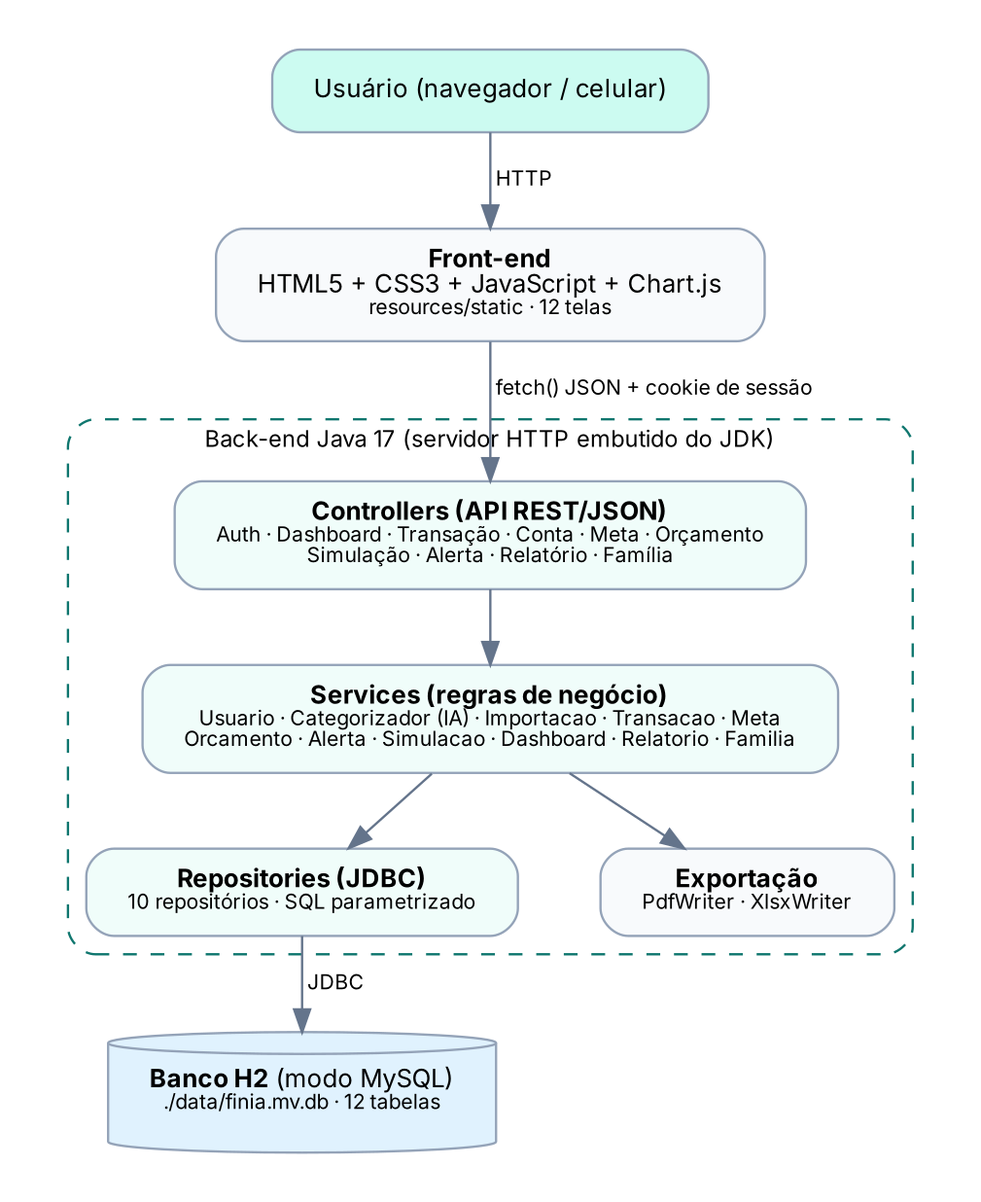
Earlier version of the Graphviz export docs/arquitetura.png (gabrielleonidass/FinIA). Its source is kept beside it as docs/arquitetura.dot. Its diagram source:
```dot
digraph A {
  graph [rankdir=TB, fontname="Inter", nodesep=0.5, ranksep=0.45, pad=0.3];
  node [shape=box, style="rounded,filled", fontname="Inter", fontsize=11, color="#94a3b8", fillcolor="#f8fafc", margin="0.25,0.12"];
  edge [color="#64748b", fontname="Inter", fontsize=9];
  user [label="Usuário (navegador / celular)", fillcolor="#ccfbf1"];
  front [label=<<b>Front-end</b><br/>HTML5 + CSS3 + JavaScript + Chart.js<br/><font point-size="9">resources/static · 12 telas</font>>];
  ctrl [label=<<b>Controllers (API REST/JSON)</b><br/><font point-size="9">Auth · Dashboard · Transação · Conta · Meta · Orçamento<br/>Simulação · Alerta · Relatório · Família</font>>, fillcolor="#f0fdfa"];
  srv [label=<<b>Services (regras de negócio)</b><br/><font point-size="9">Usuario · Categorizador (IA) · Importacao · Transacao · Meta<br/>Orcamento · Alerta · Simulacao · Dashboard · Relatorio · Familia</font>>, fillcolor="#f0fdfa"];
  repo [label=<<b>Repositories (JDBC)</b><br/><font point-size="9">10 repositórios · SQL parametrizado</font>>, fillcolor="#f0fdfa"];
  db [label=<<b>Banco H2</b> (modo MySQL)<br/><font point-size="9">./data/finia.mv.db · 12 tabelas</font>>, shape=cylinder, fillcolor="#e0f2fe"];
  exp [label=<<b>Exportação</b><br/><font point-size="9">PdfWriter · XlsxWriter</font>>];
  user -> front [label=" HTTP"];
  front -> ctrl [label=" fetch() JSON + cookie de sessão"];
  ctrl -> srv; srv -> repo; repo -> db [label=" JDBC"]; srv -> exp;
  subgraph cluster_back { label="Back-end Java 17 (servidor HTTP embutido do JDK)"; fontname="Inter"; fontsize=10; style="rounded,dashed"; color="#0f766e"; ctrl; srv; repo; exp; }
}
```
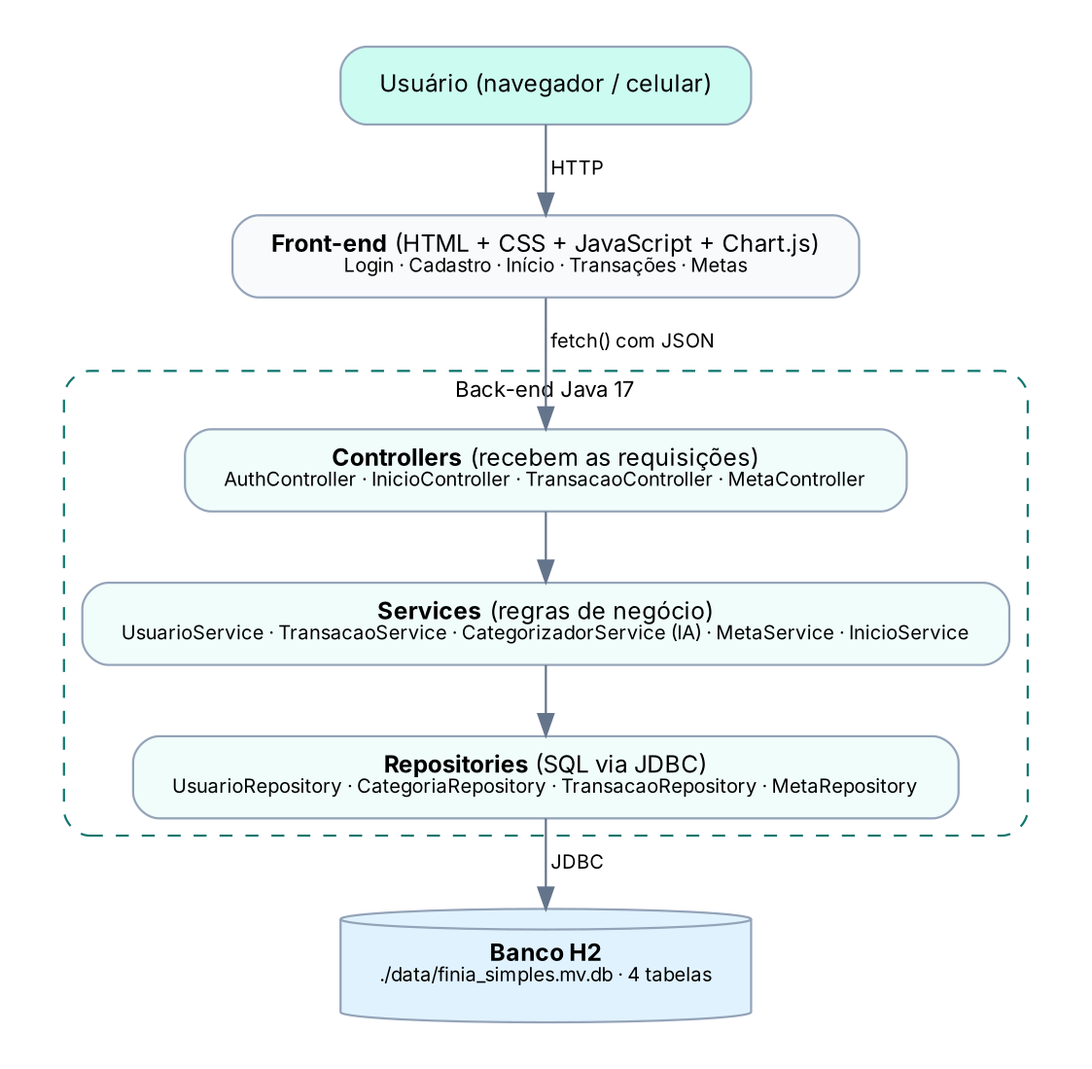
The same file after the commit.

Diff of the diagram source:
```diff
@@ -3,14 +3,13 @@
   node [shape=box, style="rounded,filled", fontname="Inter", fontsize=11, color="#94a3b8", fillcolor="#f8fafc", margin="0.25,0.12"];
   edge [color="#64748b", fontname="Inter", fontsize=9];
   user [label="Usuário (navegador / celular)", fillcolor="#ccfbf1"];
-  front [label=<<b>Front-end</b><br/>HTML5 + CSS3 + JavaScript + Chart.js<br/><font point-size="9">resources/static · 12 telas</font>>];
-  ctrl [label=<<b>Controllers (API REST/JSON)</b><br/><font point-size="9">Auth · Dashboard · Transação · Conta · Meta · Orçamento<br/>Simulação · Alerta · Relatório · Família</font>>, fillcolor="#f0fdfa"];
-  srv [label=<<b>Services (regras de negócio)</b><br/><font point-size="9">Usuario · Categorizador (IA) · Importacao · Transacao · Meta<br/>Orcamento · Alerta · Simulacao · Dashboard · Relatorio · Familia</font>>, fillcolor="#f0fdfa"];
-  repo [label=<<b>Repositories (JDBC)</b><br/><font point-size="9">10 repositórios · SQL parametrizado</font>>, fillcolor="#f0fdfa"];
-  db [label=<<b>Banco H2</b> (modo MySQL)<br/><font point-size="9">./data/finia.mv.db · 12 tabelas</font>>, shape=cylinder, fillcolor="#e0f2fe"];
-  exp [label=<<b>Exportação</b><br/><font point-size="9">PdfWriter · XlsxWriter</font>>];
+  front [label=<<b>Front-end</b> (HTML + CSS + JavaScript + Chart.js)<br/><font point-size="9">Login · Cadastro · Início · Transações · Metas</font>>];
+  ctrl [label=<<b>Controllers</b> (recebem as requisições)<br/><font point-size="9">AuthController · InicioController · TransacaoController · MetaController</font>>, fillcolor="#f0fdfa"];
+  srv [label=<<b>Services</b> (regras de negócio)<br/><font point-size="9">UsuarioService · TransacaoService · CategorizadorService (IA) · MetaService · InicioService</font>>, fillcolor="#f0fdfa"];
+  repo [label=<<b>Repositories</b> (SQL via JDBC)<br/><font point-size="9">UsuarioRepository · CategoriaRepository · TransacaoRepository · MetaRepository</font>>, fillcolor="#f0fdfa"];
+  db [label=<<b>Banco H2</b><br/><font point-size="9">./data/finia_simples.mv.db · 4 tabelas</font>>, shape=cylinder, fillcolor="#e0f2fe"];
   user -> front [label=" HTTP"];
-  front -> ctrl [label=" fetch() JSON + cookie de sessão"];
-  ctrl -> srv; srv -> repo; repo -> db [label=" JDBC"]; srv -> exp;
-  subgraph cluster_back { label="Back-end Java 17 (servidor HTTP embutido do JDK)"; fontname="Inter"; fontsize=10; style="rounded,dashed"; color="#0f766e"; ctrl; srv; repo; exp; }
+  front -> ctrl [label=" fetch() com JSON"];
+  ctrl -> srv; srv -> repo; repo -> db [label=" JDBC"];
+  subgraph cluster_back { label="Back-end Java 17"; fontname="Inter"; fontsize=10; style="rounded,dashed"; color="#0f766e"; ctrl; srv; repo; }
 }
```
